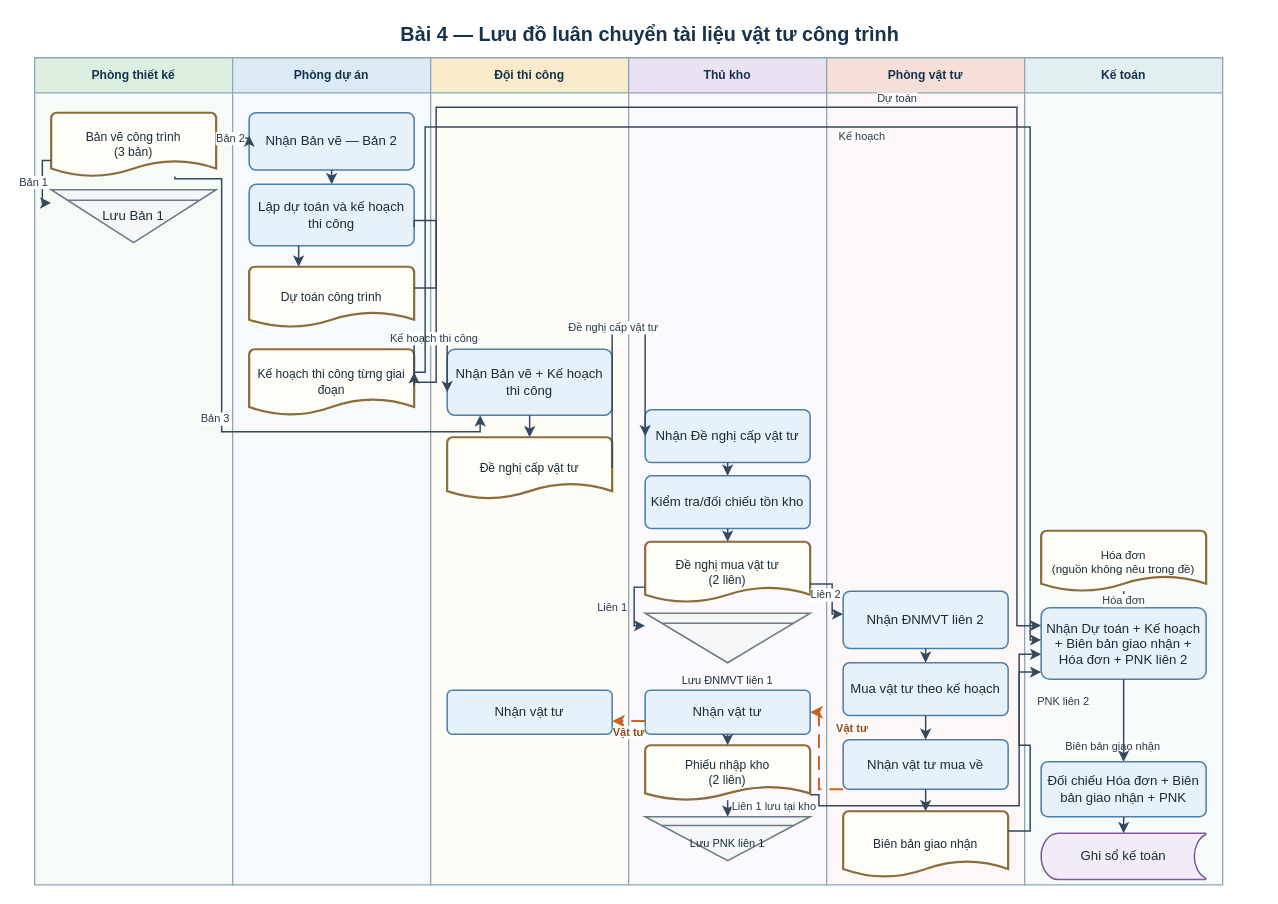
The draw.io diagram assets/drawio/08_material_document_flow.drawio in saigonbaddielover/thtrang, before the edit. Source tidied: cells renumbered, new cells numbered last; positions are measured from the earlier drawing's top-left corner, leaving out a move shared by most shapes. Both pictures are drawn from the tidied source at 110%, with x=0, y=0 at pixel (34, 19).
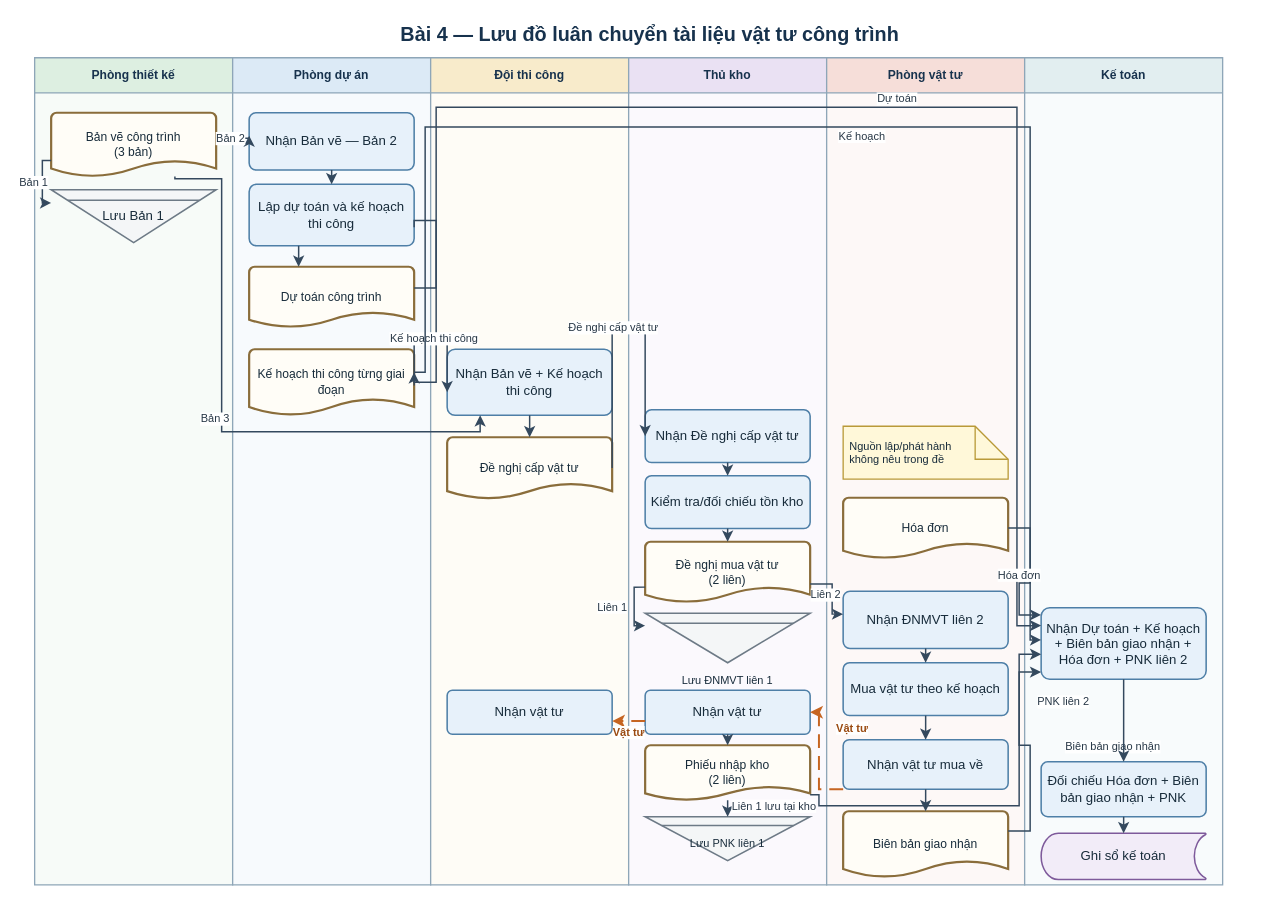
The same page after the edit.

The change refers to these unchanged cells:
```xml
<mxCell id="7" value="Phòng vật tư" style="swimlane;horizontal=1;startSize=32;html=1;whiteSpace=wrap;fontFamily=Arial;fontSize=11;fontStyle=1;fontColor=#17324D;align=center;verticalAlign=middle;rounded=0;fillColor=#F6DED9;swimlaneFillColor=#FDF8F7;strokeColor=#8EA6B8;strokeWidth=1.2;" parent="1" vertex="1">
  <mxGeometry x="720" y="35" width="180" height="752" as="geometry" />
</mxCell>
<mxCell id="8" value="Kế toán" style="swimlane;horizontal=1;startSize=32;html=1;whiteSpace=wrap;fontFamily=Arial;fontSize=11;fontStyle=1;fontColor=#17324D;align=center;verticalAlign=middle;rounded=0;fillColor=#E2EEF0;swimlaneFillColor=#F8FBFC;strokeColor=#8EA6B8;strokeWidth=1.2;" parent="1" vertex="1">
  <mxGeometry x="900" y="35" width="180" height="752" as="geometry" />
</mxCell>
<mxCell id="30" value="Nhận Dự toán + Kế hoạch + Biên bản giao nhận + Hóa đơn + PNK liên 2" style="rounded=1;arcSize=12;html=1;whiteSpace=wrap;fontFamily=Arial;align=center;verticalAlign=middle;fontColor=#172B3A; fontSize=11;spacing=5;fillColor=#E7F1FA;strokeColor=#4E7FA7;strokeWidth=1.4;" parent="8" vertex="1">
  <mxGeometry x="15" y="500" width="150" height="65" as="geometry" />
</mxCell>
```

Change to the diagram source:
```diff
@@
+    <mxCell id="60" value="Nguồn lập/phát hành&lt;br&gt;không nêu trong đề" style="shape=note;html=1;whiteSpace=wrap;fontFamily=Arial;align=left;verticalAlign=middle;fontColor=#172B3A;fontSize=10;spacing=6;fillColor=#FFF8D9;strokeColor=#B99A39;strokeWidth=1.2;" parent="7" vertex="1">
+      <mxGeometry x="15" y="335" width="150" height="48" as="geometry" />
+    </mxCell>
-    <mxCell id="29" value="Hóa đơn&lt;br&gt;(nguồn không nêu trong đề)" style="strokeWidth=2;shape=mxgraph.flowchart.document2;size=0.25;html=1;whiteSpace=wrap;fontFamily=Arial;align=center;verticalAlign=middle;fontColor=#172B3A;fontSize=10.5;spacing=4;fillColor=#FFFDF7;strokeColor=#8A6D3B;" parent="8" vertex="1">
-      <mxGeometry x="15" y="430" width="150" height="55" as="geometry" />
+    <mxCell id="29" value="Hóa đơn" style="strokeWidth=2;shape=mxgraph.flowchart.document2;size=0.25;html=1;whiteSpace=wrap;fontFamily=Arial;align=center;verticalAlign=middle;fontColor=#172B3A;fontSize=11;spacing=4;fillColor=#FFFDF7;strokeColor=#8A6D3B;" parent="7" vertex="1">
+      <mxGeometry x="15" y="400" width="150" height="55" as="geometry" />
     </mxCell>
@@
-    <mxCell id="59" value="Hóa đơn" style="edgeStyle=orthogonalEdgeStyle;rounded=0;jettySize=auto;html=1;fontFamily=Arial;fontSize=10;fontColor=#273746;labelBackgroundColor=#FFFFFF;strokeColor=#34495E;strokeWidth=1.35;endArrow=classic;endFill=1;exitX=0.5;exitY=1;entryX=0.5;entryY=0;" parent="1" edge="1" source="29" target="30">
-      <mxGeometry relative="1" as="geometry" />
+    <mxCell id="59" value="Hóa đơn" style="edgeStyle=orthogonalEdgeStyle;rounded=0;jettySize=auto;html=1;fontFamily=Arial;fontSize=10;fontColor=#273746;labelBackgroundColor=#FFFFFF;strokeColor=#34495E;strokeWidth=1.35;endArrow=classic;endFill=1;exitX=1;exitY=0.5;entryX=0;entryY=0.1;" parent="1" edge="1" source="29" target="30">
+      <mxGeometry x="0.5" relative="1" as="geometry">
+        <mxPoint y="-25" as="offset" />
+      </mxGeometry>
     </mxCell>
```
